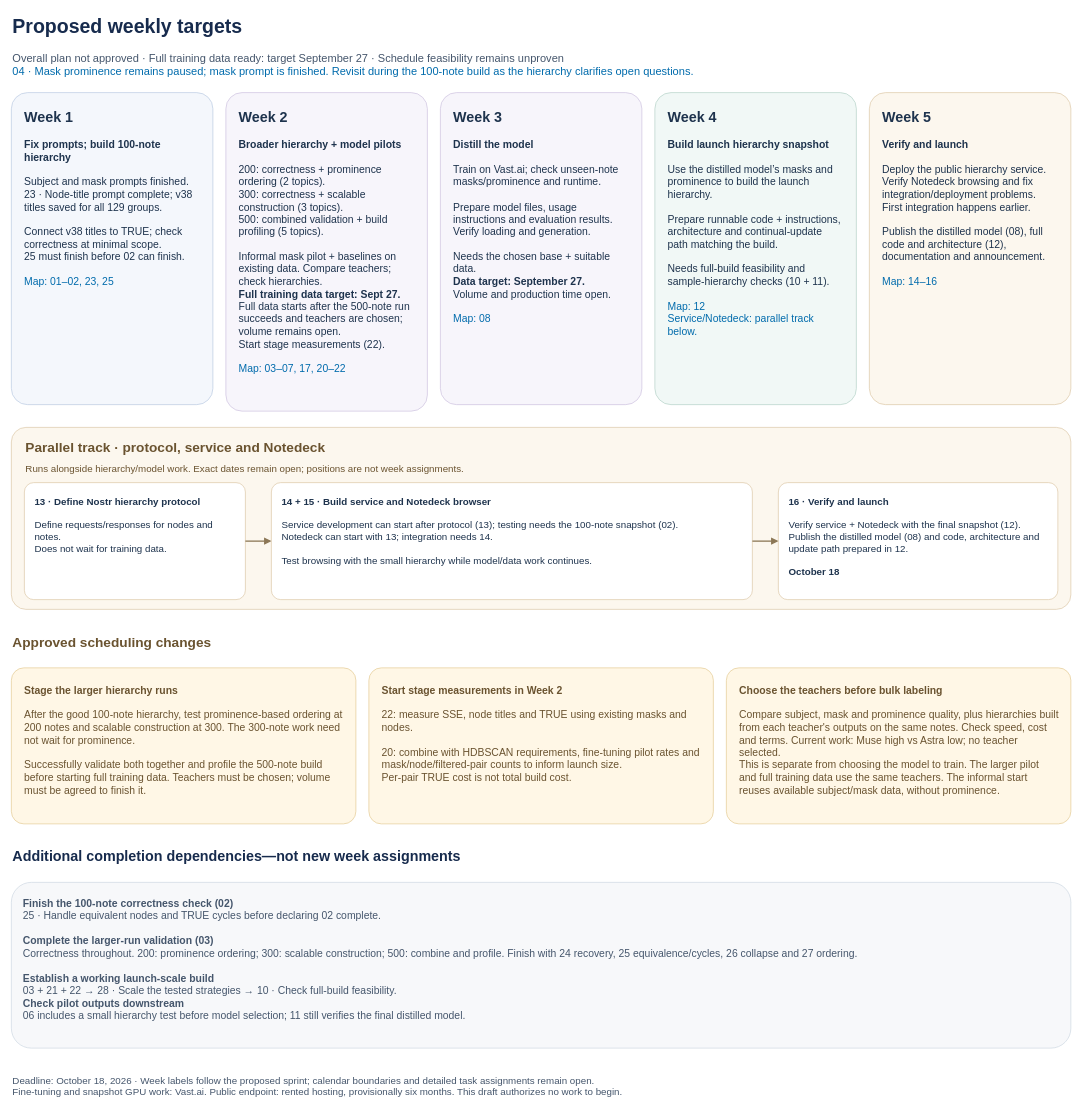
Above: page "2 — Proposed weekly targets" (2 of 2) of docs/planning/october-18-release.drawio in kernelkind/oracle-research (draw.io), before the change. Source tidied: cells renumbered, new cells numbered last; positions are measured from the earlier drawing's top-left corner, leaving out a move shared by most shapes. Both pictures are drawn from the tidied source at 65%, with x=0, y=0 at pixel (11, 11).
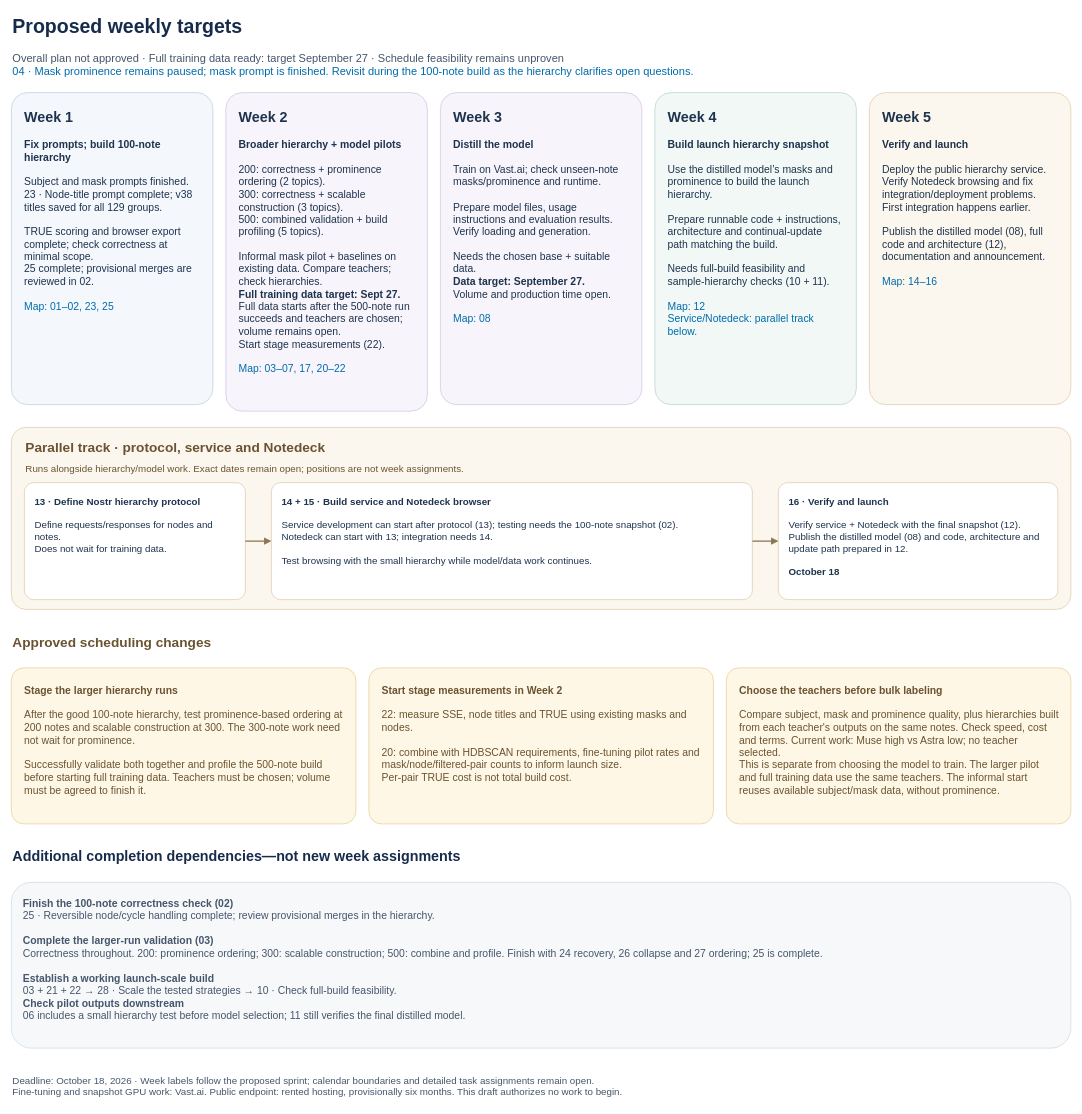
The same diagram, later.

Commit message (it also covers changes not shown here):
docs: mark reversible hierarchy handling complete

Diff of the diagram source:
```diff
@@
-    <mxCell id="4" value="&lt;font style=&quot;font-size:22px&quot;&gt;&lt;b&gt;Week 1&lt;/b&gt;&lt;/font&gt;&lt;br&gt;&lt;br&gt;&lt;b&gt;Fix prompts; build 100-note hierarchy&lt;/b&gt;&lt;br&gt;&lt;br&gt;Subject and mask prompts finished.&lt;br&gt;23 · Node-title prompt complete; v38 titles saved for all 129 groups.&lt;br&gt;&lt;br&gt;Connect v38 titles to TRUE; check correctness at minimal scope.&lt;br&gt;25 must finish before 02 can finish.&lt;br&gt;&lt;br&gt;&lt;font color=&quot;light-dark(#6b7788, #bac6d3)&quot;&gt;Map: 01–02, 23, 25&lt;/font&gt;" style="rounded=1;arcSize=8;whiteSpace=wrap;html=1;fillColor=light-dark(#f4f7fc, #303c49);strokeColor=light-dark(#b7c8e0, #7c8da1);align=left;verticalAlign=top;spacing=20;fontSize=16;fontColor=light-dark(#1e334d, #e6edf3);" parent="1" vertex="1">
+    <mxCell id="4" value="&lt;font style=&quot;font-size:22px&quot;&gt;&lt;b&gt;Week 1&lt;/b&gt;&lt;/font&gt;&lt;br&gt;&lt;br&gt;&lt;b&gt;Fix prompts; build 100-note hierarchy&lt;/b&gt;&lt;br&gt;&lt;br&gt;Subject and mask prompts finished.&lt;br&gt;23 · Node-title prompt complete; v38 titles saved for all 129 groups.&lt;br&gt;&lt;br&gt;TRUE scoring and browser export complete; check correctness at minimal scope.&lt;br&gt;25 complete; provisional merges are reviewed in 02.&lt;br&gt;&lt;br&gt;&lt;font color=&quot;light-dark(#6b7788, #bac6d3)&quot;&gt;Map: 01–02, 23, 25&lt;/font&gt;" style="rounded=1;arcSize=8;whiteSpace=wrap;html=1;fillColor=light-dark(#f4f7fc, #303c49);strokeColor=light-dark(#b7c8e0, #7c8da1);align=left;verticalAlign=top;spacing=20;fontSize=16;fontColor=light-dark(#1e334d, #e6edf3);" parent="1" vertex="1">
       <mxGeometry y="125" width="310" height="480" as="geometry" />
     </mxCell>
@@
-    <mxCell id="22" value="&lt;b&gt;Finish the 100-note correctness check (02)&lt;/b&gt;&lt;br&gt;25 · Handle equivalent nodes and TRUE cycles before declaring 02 complete.&lt;br&gt;&lt;br&gt;&lt;b&gt;Complete the larger-run validation (03)&lt;/b&gt;&lt;br&gt;Correctness throughout. 200: prominence ordering; 300: scalable construction; 500: combine and profile. Finish with 24 recovery, 25 equivalence/cycles, 26 collapse and 27 ordering.&lt;br&gt;&lt;br&gt;&lt;b&gt;Establish a working launch-scale build&lt;/b&gt;&lt;br&gt;03 + 21 + 22 → 28 · Scale the tested strategies → 10 · Check full-build feasibility.&lt;br&gt;&lt;b&gt;Check pilot outputs downstream&lt;/b&gt;&lt;br&gt;06 includes a small hierarchy test before model selection; 11 still verifies the final distilled model." style="rounded=1;arcSize=12;whiteSpace=wrap;html=1;fillColor=light-dark(#f7f8fa, #303c49);strokeColor=light-dark(#cbd5e1, #7c8da1);fontColor=light-dark(#45566c, #e6edf3);strokeWidth=1;align=left;verticalAlign=top;spacing=18;fontSize=16;" parent="1" vertex="1">
+    <mxCell id="22" value="&lt;b&gt;Finish the 100-note correctness check (02)&lt;/b&gt;&lt;br&gt;25 · Reversible node/cycle handling complete; review provisional merges in the hierarchy.&lt;br&gt;&lt;br&gt;&lt;b&gt;Complete the larger-run validation (03)&lt;/b&gt;&lt;br&gt;Correctness throughout. 200: prominence ordering; 300: scalable construction; 500: combine and profile. Finish with 24 recovery, 26 collapse and 27 ordering; 25 is complete.&lt;br&gt;&lt;br&gt;&lt;b&gt;Establish a working launch-scale build&lt;/b&gt;&lt;br&gt;03 + 21 + 22 → 28 · Scale the tested strategies → 10 · Check full-build feasibility.&lt;br&gt;&lt;b&gt;Check pilot outputs downstream&lt;/b&gt;&lt;br&gt;06 includes a small hierarchy test before model selection; 11 still verifies the final distilled model." style="rounded=1;arcSize=12;whiteSpace=wrap;html=1;fillColor=light-dark(#f7f8fa, #303c49);strokeColor=light-dark(#cbd5e1, #7c8da1);fontColor=light-dark(#45566c, #e6edf3);strokeWidth=1;align=left;verticalAlign=top;spacing=18;fontSize=16;" parent="1" vertex="1">
       <mxGeometry y="1340" width="1630" height="255" as="geometry" />
     </mxCell>
```
